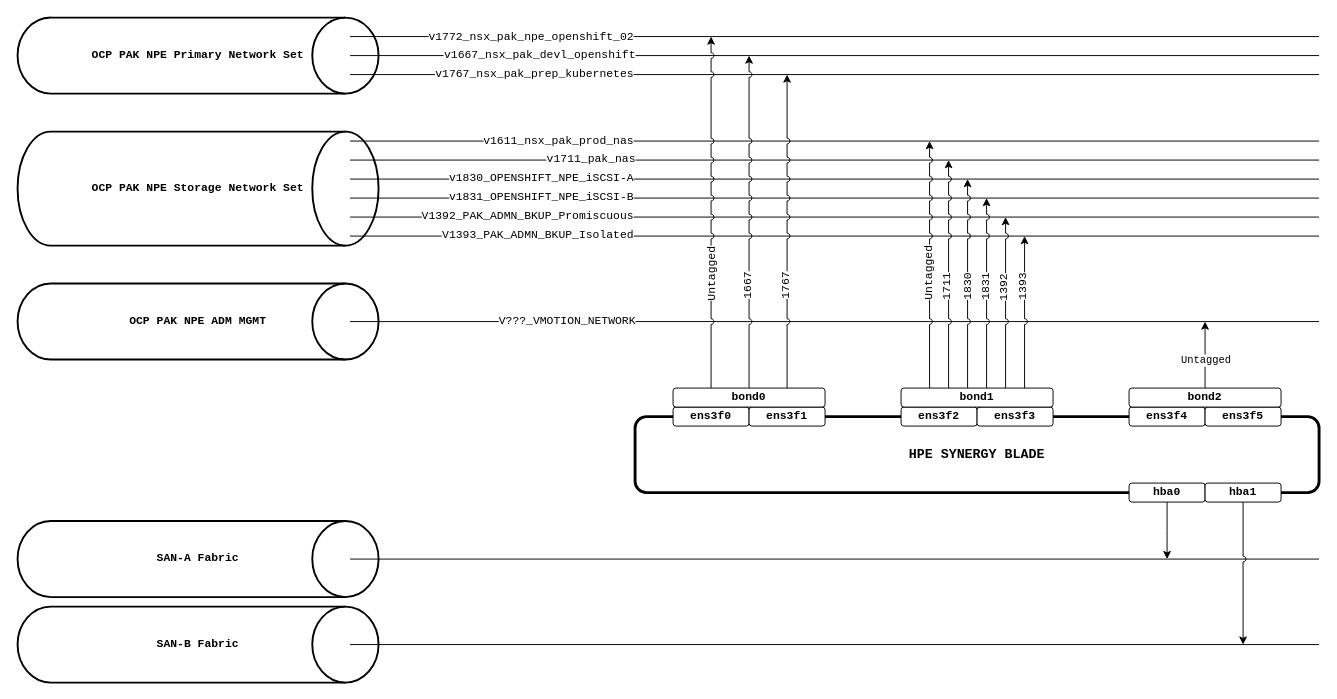
This is ocp-virt-nets.drawio from rustypan/diagrams, a draw.io file, before an edit. Source tidied: cells renumbered, new cells numbered last; positions are measured from the earlier drawing's top-left corner, leaving out a move shared by most shapes. Both pictures are drawn from the tidied source at 95%, with x=0, y=0 at pixel (17, 17).
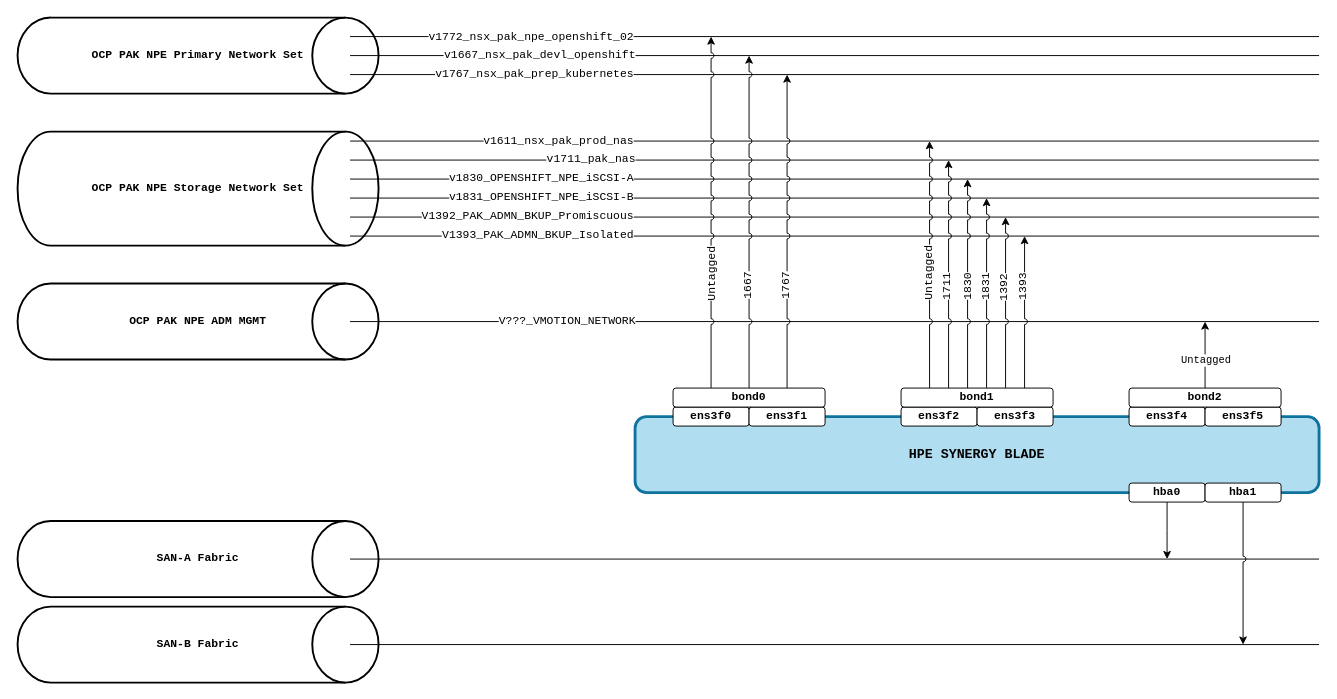
Above is the later version.

Diff of the diagram source:
```diff
@@
-    <mxCell id="47" value="&lt;span&gt;&lt;font style=&quot;font-size: 14px;&quot;&gt;HPE SYNERGY BLADE&lt;/font&gt;&lt;/span&gt;" style="rounded=1;whiteSpace=wrap;html=1;fontFamily=Courier New;strokeWidth=3;fontStyle=1;" parent="1" vertex="1">
+    <mxCell id="47" value="&lt;span&gt;&lt;font style=&quot;font-size: 14px;&quot;&gt;HPE SYNERGY BLADE&lt;/font&gt;&lt;/span&gt;" style="rounded=1;whiteSpace=wrap;html=1;fontFamily=Courier New;strokeWidth=3;fontStyle=1;fillColor=#b1ddf0;strokeColor=#10739e;" parent="1" vertex="1">
       <mxGeometry x="650" y="420" width="720" height="80" as="geometry" />
     </mxCell>
```
